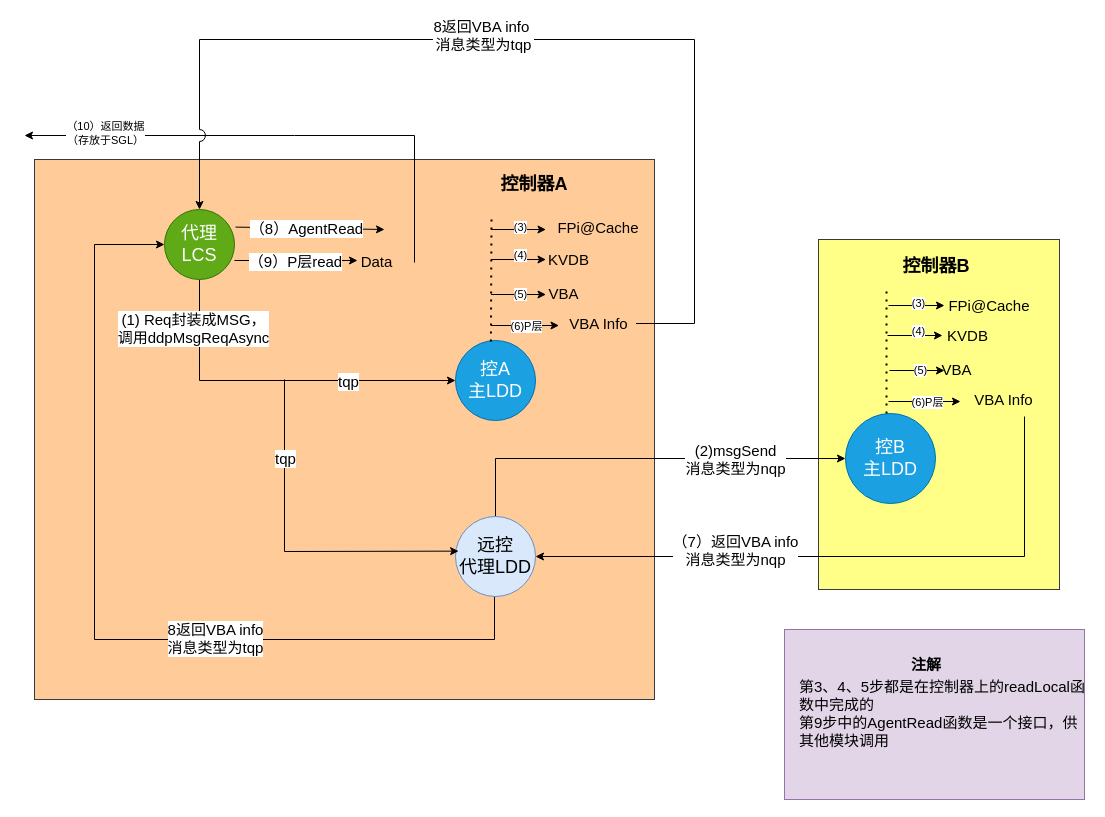
Above: MSG转发.drawio in 1152545264/DrawioPaint (draw.io), before the change. Source tidied: cells renumbered, new cells numbered last; positions are measured from the earlier drawing's top-left corner, leaving out a move shared by most shapes. Both pictures are drawn from the tidied source at 100%, with x=0, y=0 at pixel (24, 39).
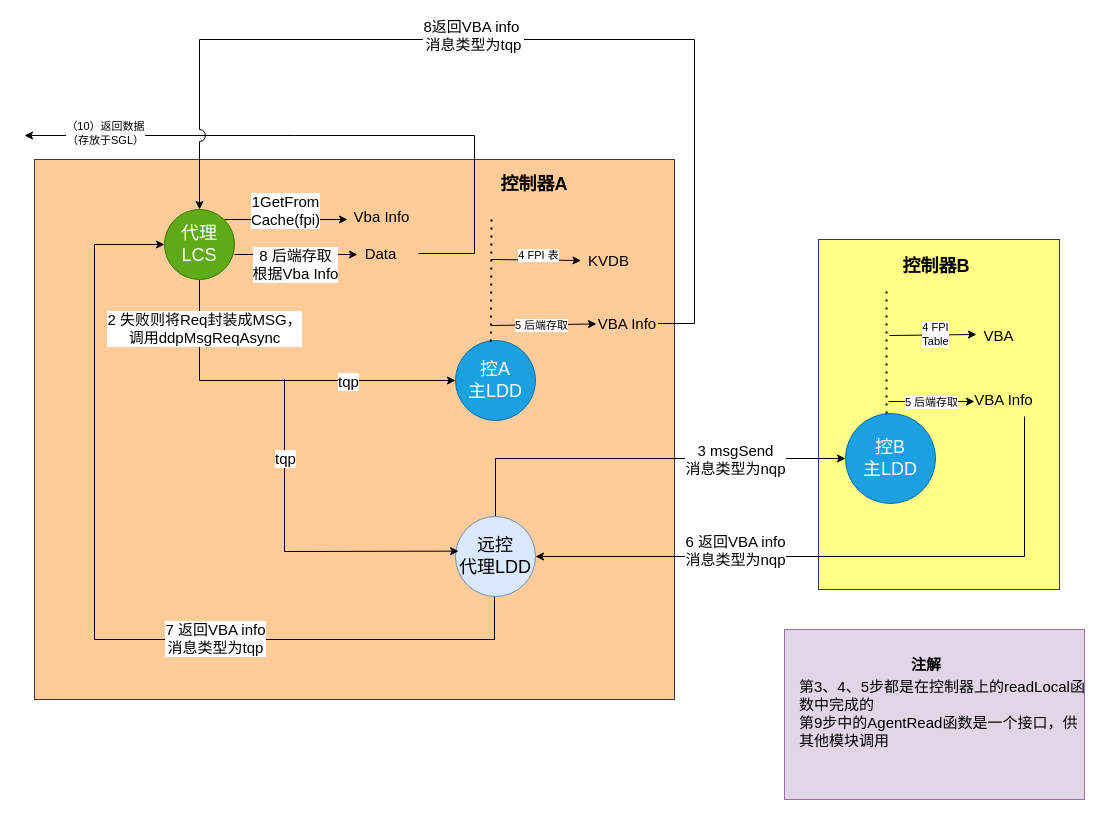
After the change.

The change refers to these unchanged cells:
```xml
<mxCell id="4" style="edgeStyle=orthogonalEdgeStyle;rounded=0;jettySize=auto;html=1;exitX=0.5;exitY=1;exitDx=0;exitDy=0;entryX=0;entryY=0.5;entryDx=0;entryDy=0;" parent="1" edge="1" source="7" target="40">
  <mxGeometry relative="1" as="geometry" />
</mxCell>
<mxCell id="8" style="edgeStyle=orthogonalEdgeStyle;rounded=0;jettySize=auto;html=1;exitX=0.5;exitY=0;exitDx=0;exitDy=0;entryX=0;entryY=0.5;entryDx=0;entryDy=0;" parent="1" edge="1" source="12" target="13">
  <mxGeometry relative="1" as="geometry">
    <Array as="points">
      <mxPoint x="471" y="419" />
    </Array>
  </mxGeometry>
</mxCell>
<mxCell id="10" style="edgeStyle=orthogonalEdgeStyle;rounded=0;jettySize=auto;html=1;entryX=0;entryY=0.5;entryDx=0;entryDy=0;exitX=0.5;exitY=1;exitDx=0;exitDy=0;" parent="1" edge="1" source="12" target="7">
  <mxGeometry relative="1" as="geometry">
    <Array as="points">
      <mxPoint x="470" y="600" />
      <mxPoint x="70" y="600" />
      <mxPoint x="70" y="205" />
    </Array>
  </mxGeometry>
</mxCell>
<mxCell id="23" style="edgeStyle=orthogonalEdgeStyle;rounded=0;jettySize=auto;html=1;entryX=1;entryY=0.5;entryDx=0;entryDy=0;" parent="1" edge="1" source="25" target="12">
  <mxGeometry relative="1" as="geometry">
    <Array as="points">
      <mxPoint x="1000" y="517" />
    </Array>
  </mxGeometry>
</mxCell>
<mxCell id="25" value="&lt;font style=&quot;font-size: 15px;&quot;&gt;VBA Info&lt;/font&gt;" style="text;strokeColor=none;align=center;fillColor=none;html=1;verticalAlign=middle;whiteSpace=wrap;rounded=0;" parent="1" vertex="1">
  <mxGeometry x="942" y="343" width="75" height="34" as="geometry" />
</mxCell>
```

Diff of the diagram source:
```diff
@@
     <mxCell id="3" style="rounded=0;whiteSpace=wrap;html=1;fillColor=#ffcc99;strokeColor=#36393d;" parent="1" vertex="1">
-      <mxGeometry x="10" y="120" width="620" height="540" as="geometry" />
+      <mxGeometry x="10" y="120" width="640" height="540" as="geometry" />
     </mxCell>
@@
-    <mxCell id="5" value="&lt;font style=&quot;font-size: 15px;&quot;&gt;(1) Req封装成MSG，&lt;br&gt;调用ddpMsgReqAsync&lt;/font&gt;" style="edgeLabel;html=1;align=center;verticalAlign=middle;" parent="4" vertex="1">
+    <mxCell id="5" value="&lt;font style=&quot;font-size: 15px;&quot;&gt;2 失败则将Req封装成MSG，&lt;br&gt;调用ddpMsgReqAsync&lt;/font&gt;" style="edgeLabel;html=1;align=center;verticalAlign=middle;" parent="4" vertex="1">
       <mxGeometry x="0.38" y="-1" relative="1" as="geometry">
-        <mxPoint x="-152" y="-54" as="offset" />
+        <mxPoint x="-141" y="-54" as="offset" />
       </mxGeometry>
     </mxCell>
@@
-    <mxCell id="9" value="&lt;font style=&quot;font-size: 15px;&quot;&gt;(2)msgSend&lt;br&gt;消息类型为nqp&lt;br&gt;&lt;/font&gt;" style="edgeLabel;html=1;align=center;verticalAlign=middle;" parent="8" vertex="1">
+    <mxCell id="9" value="&lt;font style=&quot;font-size: 15px;&quot;&gt;3 msgSend&lt;br&gt;消息类型为nqp&lt;br&gt;&lt;/font&gt;" style="edgeLabel;html=1;align=center;verticalAlign=middle;" parent="8" vertex="1">
       <mxGeometry x="-0.19" y="3" relative="1" as="geometry">
         <mxPoint x="132" y="3" as="offset" />
       </mxGeometry>
     </mxCell>
@@
-    <mxCell id="11" value="&lt;font style=&quot;font-size: 15px;&quot;&gt;8返回VBA info&lt;br&gt;消息类型为tqp&lt;/font&gt;" style="edgeLabel;html=1;align=center;verticalAlign=middle;" parent="10" vertex="1">
+    <mxCell id="11" value="&lt;font style=&quot;font-size: 15px;&quot;&gt;7 返回VBA info&lt;br&gt;消息类型为tqp&lt;/font&gt;" style="edgeLabel;html=1;align=center;verticalAlign=middle;" parent="10" vertex="1">
       <mxGeometry x="-0.29" y="-2" relative="1" as="geometry">
         <mxPoint x="-1" as="offset" />
       </mxGeometry>
     </mxCell>
@@
-    <mxCell id="14" style="endArrow=classic;html=1;rounded=0;entryX=0;entryY=0.5;entryDx=0;entryDy=0;" parent="1" edge="1">
-      <mxGeometry relative="1" as="geometry">
-        <mxPoint x="864" y="266" as="sourcePoint" />
-        <mxPoint x="920" y="266" as="targetPoint" />
-      </mxGeometry>
-    </mxCell>
-    <mxCell id="15" value="(3)" style="edgeLabel;html=1;align=center;verticalAlign=middle;" parent="14" vertex="1">
-      <mxGeometry x="0.04" y="3" relative="1" as="geometry" />
-    </mxCell>
-    <mxCell id="16" value="&lt;font style=&quot;font-size: 15px;&quot;&gt;FPi@Cache&lt;/font&gt;" style="text;strokeColor=none;align=center;fillColor=none;html=1;verticalAlign=middle;whiteSpace=wrap;rounded=0;" parent="1" vertex="1">
-      <mxGeometry x="920" y="249" width="90" height="34" as="geometry" />
-    </mxCell>
-    <mxCell id="17" style="endArrow=classic;html=1;rounded=0;entryX=0;entryY=0.5;entryDx=0;entryDy=0;" parent="1" edge="1">
-      <mxGeometry relative="1" as="geometry">
-        <mxPoint x="863" y="296" as="sourcePoint" />
-        <mxPoint x="918" y="296" as="targetPoint" />
-      </mxGeometry>
-    </mxCell>
-    <mxCell id="18" value="(4)" style="edgeLabel;html=1;align=center;verticalAlign=middle;" parent="17" vertex="1">
-      <mxGeometry x="0.04" y="5" relative="1" as="geometry">
-        <mxPoint x="1" as="offset" />
-      </mxGeometry>
-    </mxCell>
-    <mxCell id="19" value="&lt;font style=&quot;font-size: 15px;&quot;&gt;KVDB&lt;/font&gt;" style="text;strokeColor=none;align=center;fillColor=none;html=1;verticalAlign=middle;whiteSpace=wrap;rounded=0;" parent="1" vertex="1">
-      <mxGeometry x="916" y="279" width="55" height="34" as="geometry" />
-    </mxCell>
     <mxCell id="20" style="endArrow=classic;html=1;rounded=0;entryX=0;entryY=0.5;entryDx=0;entryDy=0;" parent="1" edge="1">
       <mxGeometry relative="1" as="geometry">
-        <mxPoint x="865" y="331" as="sourcePoint" />
-        <mxPoint x="920" y="331" as="targetPoint" />
+        <mxPoint x="865" y="296" as="sourcePoint" />
+        <mxPoint x="952" y="295" as="targetPoint" />
       </mxGeometry>
     </mxCell>
-    <mxCell id="21" value="(5)" style="edgeLabel;html=1;align=center;verticalAlign=middle;" parent="20" vertex="1">
+    <mxCell id="21" value="4 FPI &lt;br&gt;Table" style="edgeLabel;html=1;align=center;verticalAlign=middle;" parent="20" vertex="1">
       <mxGeometry x="0.04" y="1" relative="1" as="geometry">
         <mxPoint x="1" as="offset" />
       </mxGeometry>
     </mxCell>
     <mxCell id="22" value="&lt;font style=&quot;font-size: 15px;&quot;&gt;VBA&lt;/font&gt;" style="text;strokeColor=none;align=center;fillColor=none;html=1;verticalAlign=middle;whiteSpace=wrap;rounded=0;" parent="1" vertex="1">
-      <mxGeometry x="910" y="313" width="45" height="34" as="geometry" />
+      <mxGeometry x="952" y="279" width="45" height="34" as="geometry" />
     </mxCell>
@@
-    <mxCell id="24" value="&lt;font style=&quot;font-size: 15px;&quot;&gt;（7）返回VBA info&lt;br&gt;消息类型为nqp&lt;br&gt;&lt;/font&gt;" style="edgeLabel;html=1;align=center;verticalAlign=middle;" parent="23" vertex="1">
+    <mxCell id="24" value="&lt;font style=&quot;font-size: 15px;&quot;&gt;6 返回VBA info&lt;br&gt;消息类型为nqp&lt;br&gt;&lt;/font&gt;" style="edgeLabel;html=1;align=center;verticalAlign=middle;" parent="23" vertex="1">
       <mxGeometry x="-0.22" relative="1" as="geometry">
         <mxPoint x="-185" y="-7" as="offset" />
       </mxGeometry>
     </mxCell>
@@
-    <mxCell id="26" style="endArrow=classic;html=1;rounded=0;" parent="1" edge="1">
+    <mxCell id="26" style="endArrow=classic;html=1;rounded=0;entryX=0.107;entryY=0.559;entryDx=0;entryDy=0;entryPerimeter=0;" parent="1" edge="1" target="25">
       <mxGeometry relative="1" as="geometry">
         <mxPoint x="864" y="362" as="sourcePoint" />
-        <mxPoint x="936" y="362" as="targetPoint" />
       </mxGeometry>
     </mxCell>
-    <mxCell id="27" value="(6)P层" style="edgeLabel;html=1;align=center;verticalAlign=middle;" parent="26" vertex="1">
+    <mxCell id="27" value="5 后端存取" style="edgeLabel;html=1;align=center;verticalAlign=middle;" parent="26" vertex="1">
       <mxGeometry x="-0.18" relative="1" as="geometry">
         <mxPoint x="8" as="offset" />
       </mxGeometry>
     </mxCell>
-    <mxCell id="28" style="endArrow=classic;html=1;rounded=0;" parent="1" edge="1">
-      <mxGeometry relative="1" as="geometry">
-        <mxPoint x="211" y="187.6" as="sourcePoint" />
-        <mxPoint x="360" y="190" as="targetPoint" />
-      </mxGeometry>
-    </mxCell>
-    <mxCell id="29" value="&lt;font style=&quot;font-size: 15px;&quot;&gt;（8）AgentRead&lt;/font&gt;" style="edgeLabel;html=1;align=center;verticalAlign=middle;" parent="28" vertex="1">
-      <mxGeometry x="-0.22" y="1" relative="1" as="geometry">
-        <mxPoint x="12" y="1" as="offset" />
-      </mxGeometry>
-    </mxCell>
     <mxCell id="30" style="endArrow=classic;html=1;rounded=0;" parent="1" edge="1">
       <mxGeometry relative="1" as="geometry">
-        <mxPoint x="210" y="221" as="sourcePoint" />
-        <mxPoint x="333" y="221" as="targetPoint" />
+        <mxPoint x="210" y="215" as="sourcePoint" />
+        <mxPoint x="333" y="215" as="targetPoint" />
       </mxGeometry>
     </mxCell>
-    <mxCell id="31" value="&lt;font style=&quot;font-size: 15px;&quot;&gt;（9）P层read&lt;/font&gt;" style="edgeLabel;html=1;align=center;verticalAlign=middle;" parent="30" vertex="1">
+    <mxCell id="31" value="&lt;font style=&quot;font-size: 15px;&quot;&gt;8 后端存取&lt;br&gt;根据Vba Info&lt;br&gt;&lt;/font&gt;" style="edgeLabel;html=1;align=center;verticalAlign=middle;" parent="30" vertex="1">
       <mxGeometry x="-0.22" y="1" relative="1" as="geometry">
-        <mxPoint x="12" y="1" as="offset" />
+        <mxPoint x="12" y="10" as="offset" />
       </mxGeometry>
     </mxCell>
@@
-    <mxCell id="34" style="endArrow=classic;html=1;rounded=0;exitX=1;exitY=0.5;exitDx=0;exitDy=0;" parent="1" edge="1">
+    <mxCell id="34" style="endArrow=classic;html=1;rounded=0;exitX=1;exitY=0.5;exitDx=0;exitDy=0;" parent="1" edge="1" source="52">
       <mxGeometry relative="1" as="geometry">
-        <mxPoint x="390" y="223" as="sourcePoint" />
         <mxPoint y="96" as="targetPoint" />
         <Array as="points">
-          <mxPoint x="390" y="96" />
+          <mxPoint x="450" y="214" />
+          <mxPoint x="450" y="96" />
           <mxPoint x="270" y="96" />
           <mxPoint x="80" y="96" />
         </Array>
       </mxGeometry>
     </mxCell>
     <mxCell id="35" value="（10）返回数据&lt;br&gt;（存放于SGL）" style="edgeLabel;html=1;align=center;verticalAlign=middle;" parent="34" vertex="1">
       <mxGeometry x="0.29" y="-3" relative="1" as="geometry">
-        <mxPoint x="-104" as="offset" />
+        <mxPoint x="-142" as="offset" />
       </mxGeometry>
     </mxCell>
@@
-    <mxCell id="41" style="endArrow=classic;html=1;rounded=0;entryX=0;entryY=0.5;entryDx=0;entryDy=0;" parent="1" edge="1">
-      <mxGeometry relative="1" as="geometry">
-        <mxPoint x="466.5" y="190" as="sourcePoint" />
-        <mxPoint x="521.5" y="190" as="targetPoint" />
-      </mxGeometry>
-    </mxCell>
-    <mxCell id="42" value="(3)" style="edgeLabel;html=1;align=center;verticalAlign=middle;" parent="41" vertex="1">
-      <mxGeometry x="0.04" y="3" relative="1" as="geometry" />
-    </mxCell>
-    <mxCell id="43" style="endArrow=classic;html=1;rounded=0;entryX=0;entryY=0.5;entryDx=0;entryDy=0;" parent="1" edge="1">
+    <mxCell id="43" style="endArrow=classic;html=1;rounded=0;entryX=0;entryY=0.5;entryDx=0;entryDy=0;" parent="1" edge="1" target="45">
       <mxGeometry relative="1" as="geometry">
         <mxPoint x="466.5" y="220" as="sourcePoint" />
-        <mxPoint x="521.5" y="220" as="targetPoint" />
       </mxGeometry>
     </mxCell>
-    <mxCell id="44" value="(4)" style="edgeLabel;html=1;align=center;verticalAlign=middle;" parent="43" vertex="1">
+    <mxCell id="44" value="4 FPI 表" style="edgeLabel;html=1;align=center;verticalAlign=middle;" parent="43" vertex="1">
       <mxGeometry x="0.04" y="5" relative="1" as="geometry" />
     </mxCell>
     <mxCell id="45" value="&lt;font style=&quot;font-size: 15px;&quot;&gt;KVDB&lt;/font&gt;" style="text;strokeColor=none;align=center;fillColor=none;html=1;verticalAlign=middle;whiteSpace=wrap;rounded=0;" parent="1" vertex="1">
-      <mxGeometry x="516.5" y="203" width="55" height="34" as="geometry" />
+      <mxGeometry x="556.5" y="204" width="55" height="34" as="geometry" />
     </mxCell>
-    <mxCell id="46" style="endArrow=classic;html=1;rounded=0;entryX=0;entryY=0.5;entryDx=0;entryDy=0;" parent="1" edge="1">
-      <mxGeometry relative="1" as="geometry">
-        <mxPoint x="466.5" y="255" as="sourcePoint" />
-        <mxPoint x="521.5" y="255" as="targetPoint" />
-      </mxGeometry>
-    </mxCell>
-    <mxCell id="47" value="(5)" style="edgeLabel;html=1;align=center;verticalAlign=middle;" parent="46" vertex="1">
-      <mxGeometry x="0.04" y="1" relative="1" as="geometry" />
-    </mxCell>
-    <mxCell id="48" value="&lt;font style=&quot;font-size: 15px;&quot;&gt;VBA&lt;/font&gt;" style="text;strokeColor=none;align=center;fillColor=none;html=1;verticalAlign=middle;whiteSpace=wrap;rounded=0;" parent="1" vertex="1">
-      <mxGeometry x="516.5" y="237" width="45" height="34" as="geometry" />
-    </mxCell>
-    <mxCell id="49" style="endArrow=classic;html=1;rounded=0;entryX=0;entryY=0.5;entryDx=0;entryDy=0;" parent="1" edge="1">
+    <mxCell id="49" style="endArrow=classic;html=1;rounded=0;" parent="1" edge="1" target="58">
       <mxGeometry relative="1" as="geometry">
         <mxPoint x="466.5" y="286" as="sourcePoint" />
-        <mxPoint x="534.5" y="286" as="targetPoint" />
       </mxGeometry>
     </mxCell>
-    <mxCell id="50" value="(6)P层" style="edgeLabel;html=1;align=center;verticalAlign=middle;" parent="49" vertex="1">
+    <mxCell id="50" value="5 后端存取" style="edgeLabel;html=1;align=center;verticalAlign=middle;" parent="49" vertex="1">
       <mxGeometry x="-0.18" relative="1" as="geometry">
         <mxPoint x="7" as="offset" />
       </mxGeometry>
     </mxCell>
@@
     <mxCell id="52" value="&lt;font style=&quot;font-size: 15px;&quot;&gt;Data&lt;/font&gt;" style="text;strokeColor=none;align=center;fillColor=none;html=1;verticalAlign=middle;whiteSpace=wrap;rounded=0;" parent="1" vertex="1">
-      <mxGeometry x="315" y="205" width="75" height="34" as="geometry" />
+      <mxGeometry x="319" y="197" width="75" height="34" as="geometry" />
     </mxCell>
-    <mxCell id="53" value="&lt;font style=&quot;font-size: 15px;&quot;&gt;FPi@Cache&lt;/font&gt;" style="text;strokeColor=none;align=center;fillColor=none;html=1;verticalAlign=middle;whiteSpace=wrap;rounded=0;" parent="1" vertex="1">
-      <mxGeometry x="529" y="171" width="90" height="34" as="geometry" />
-    </mxCell>
@@
     <mxCell id="58" value="&lt;font style=&quot;font-size: 15px;&quot;&gt;VBA Info&lt;/font&gt;" style="text;strokeColor=none;align=center;fillColor=none;html=1;verticalAlign=middle;whiteSpace=wrap;rounded=0;" parent="1" vertex="1">
-      <mxGeometry x="536.5" y="267" width="75" height="34" as="geometry" />
+      <mxGeometry x="572" y="267" width="61.5" height="34" as="geometry" />
     </mxCell>
@@
+    <mxCell id="60" style="endArrow=classic;html=1;rounded=0;" parent="1" edge="1">
+      <mxGeometry relative="1" as="geometry">
+        <mxPoint x="200" y="180" as="sourcePoint" />
+        <mxPoint x="323" y="180" as="targetPoint" />
+      </mxGeometry>
+    </mxCell>
+    <mxCell id="61" value="&lt;font style=&quot;font-size: 15px;&quot;&gt;1GetFrom&lt;br&gt;Cache(fpi)&lt;/font&gt;" style="edgeLabel;html=1;align=center;verticalAlign=middle;" parent="60" vertex="1">
+      <mxGeometry x="-0.22" y="1" relative="1" as="geometry">
+        <mxPoint x="12" y="-9" as="offset" />
+      </mxGeometry>
+    </mxCell>
+    <mxCell id="62" value="&lt;font style=&quot;font-size: 15px;&quot;&gt;Vba Info&lt;/font&gt;" style="text;strokeColor=none;align=center;fillColor=none;html=1;verticalAlign=middle;whiteSpace=wrap;rounded=0;" parent="1" vertex="1">
+      <mxGeometry x="320" y="160" width="75" height="34" as="geometry" />
+    </mxCell>
```
